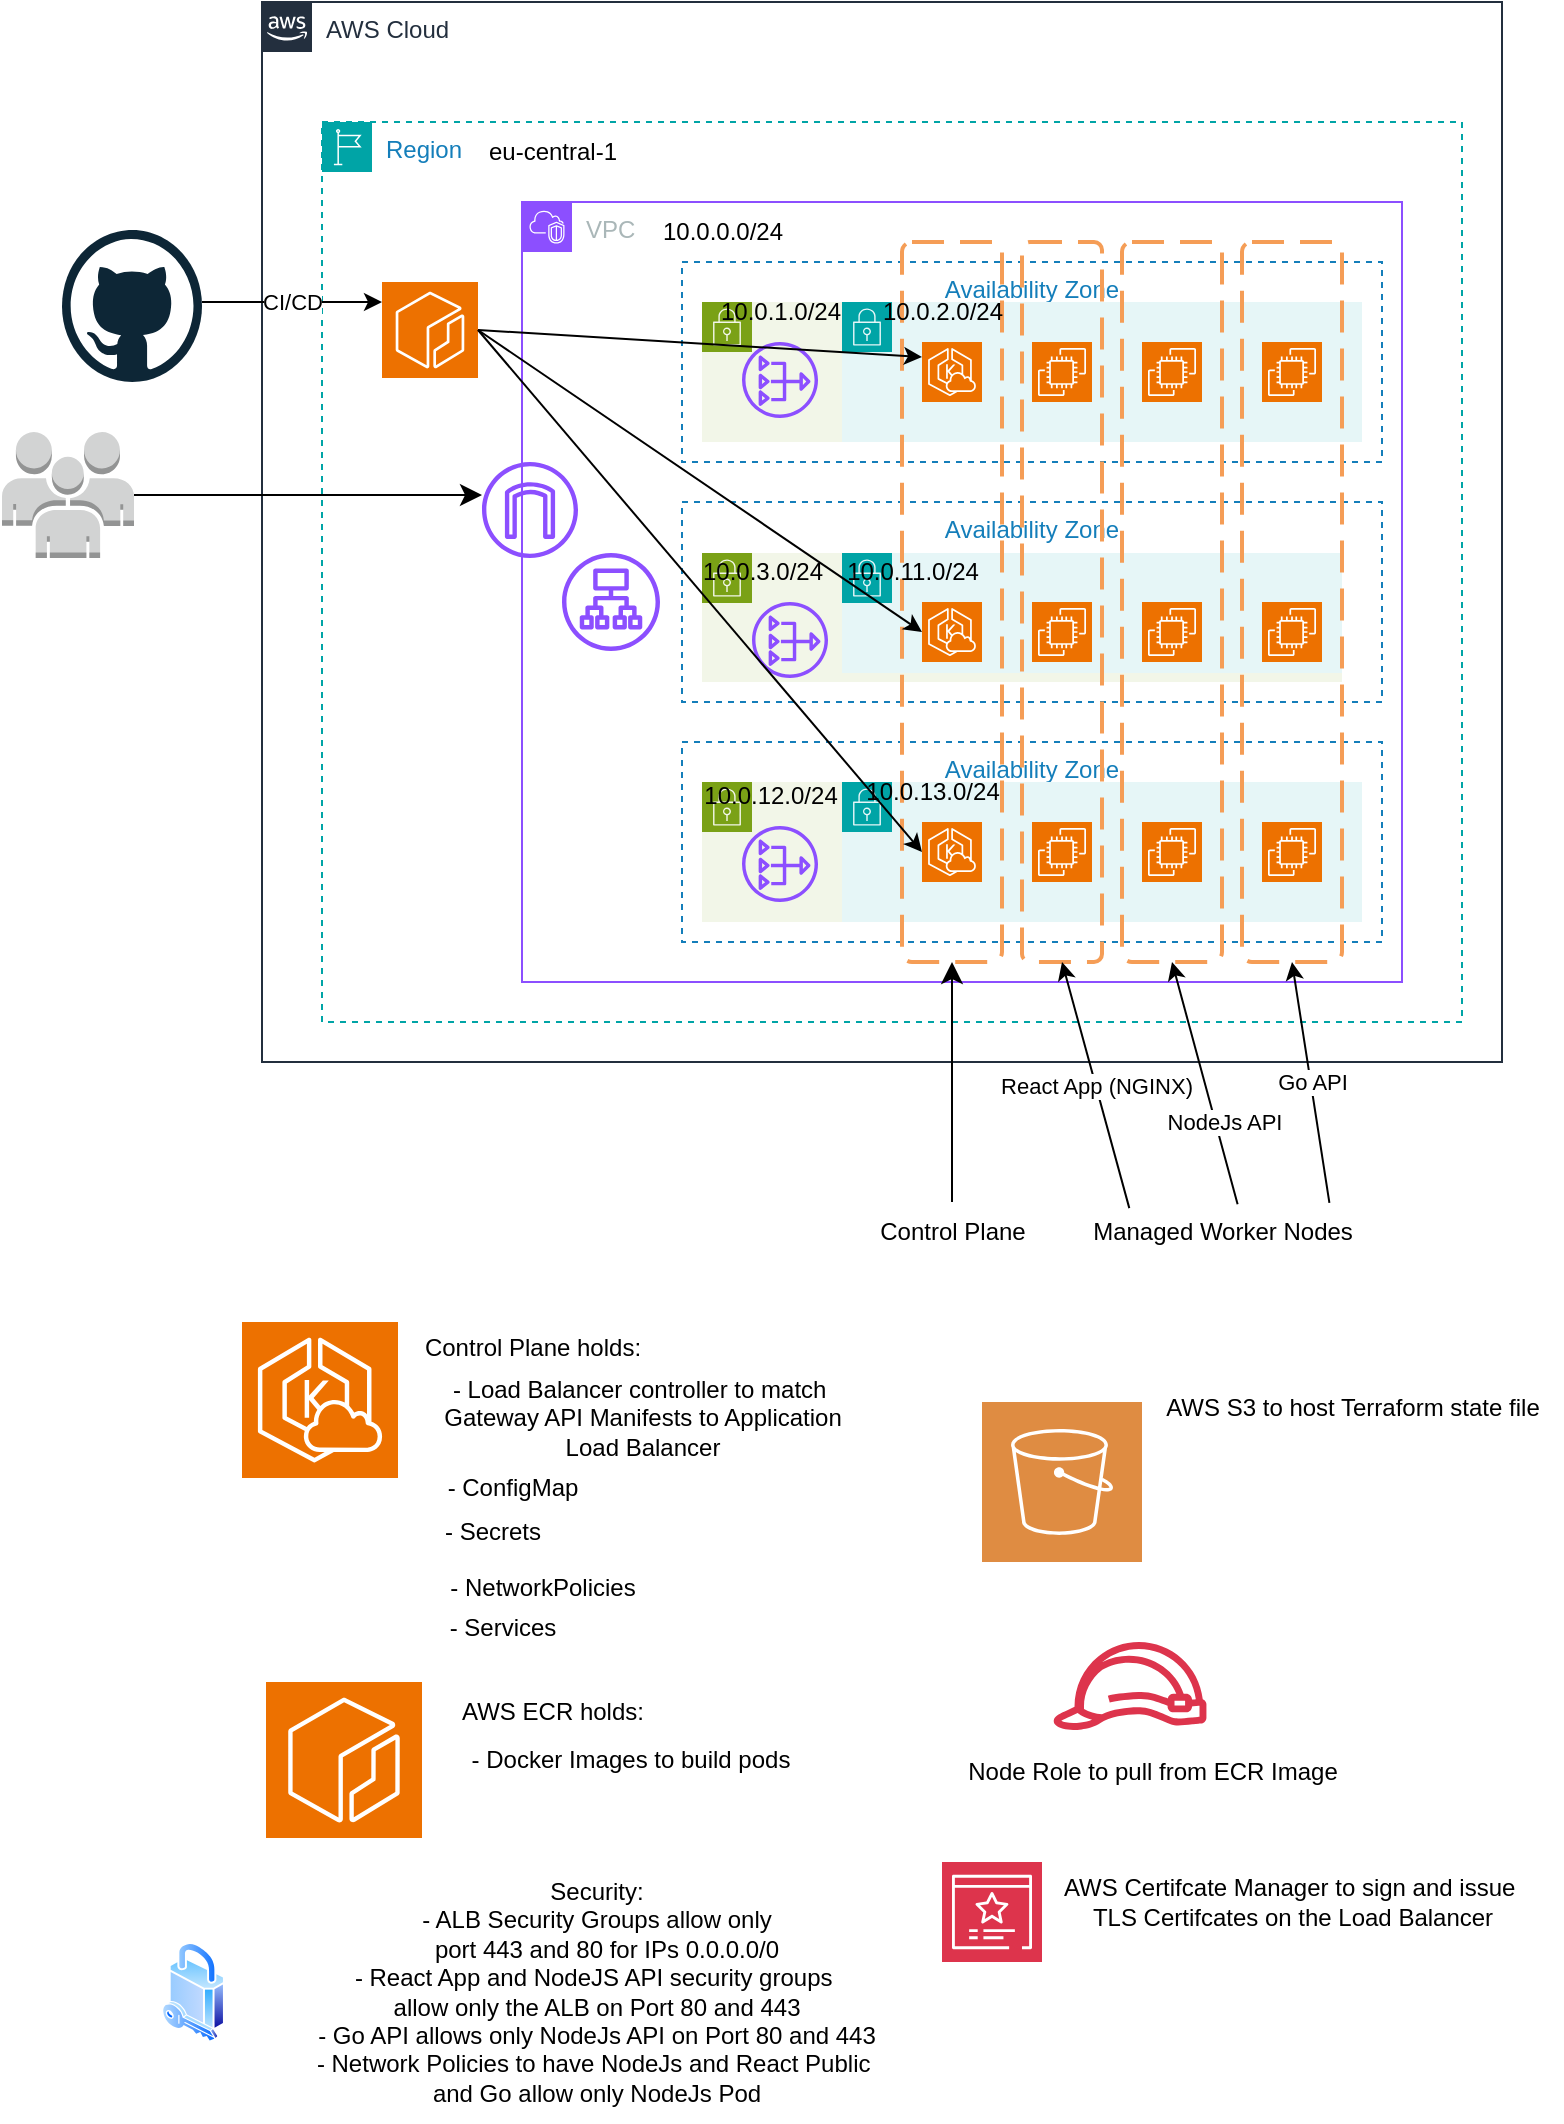
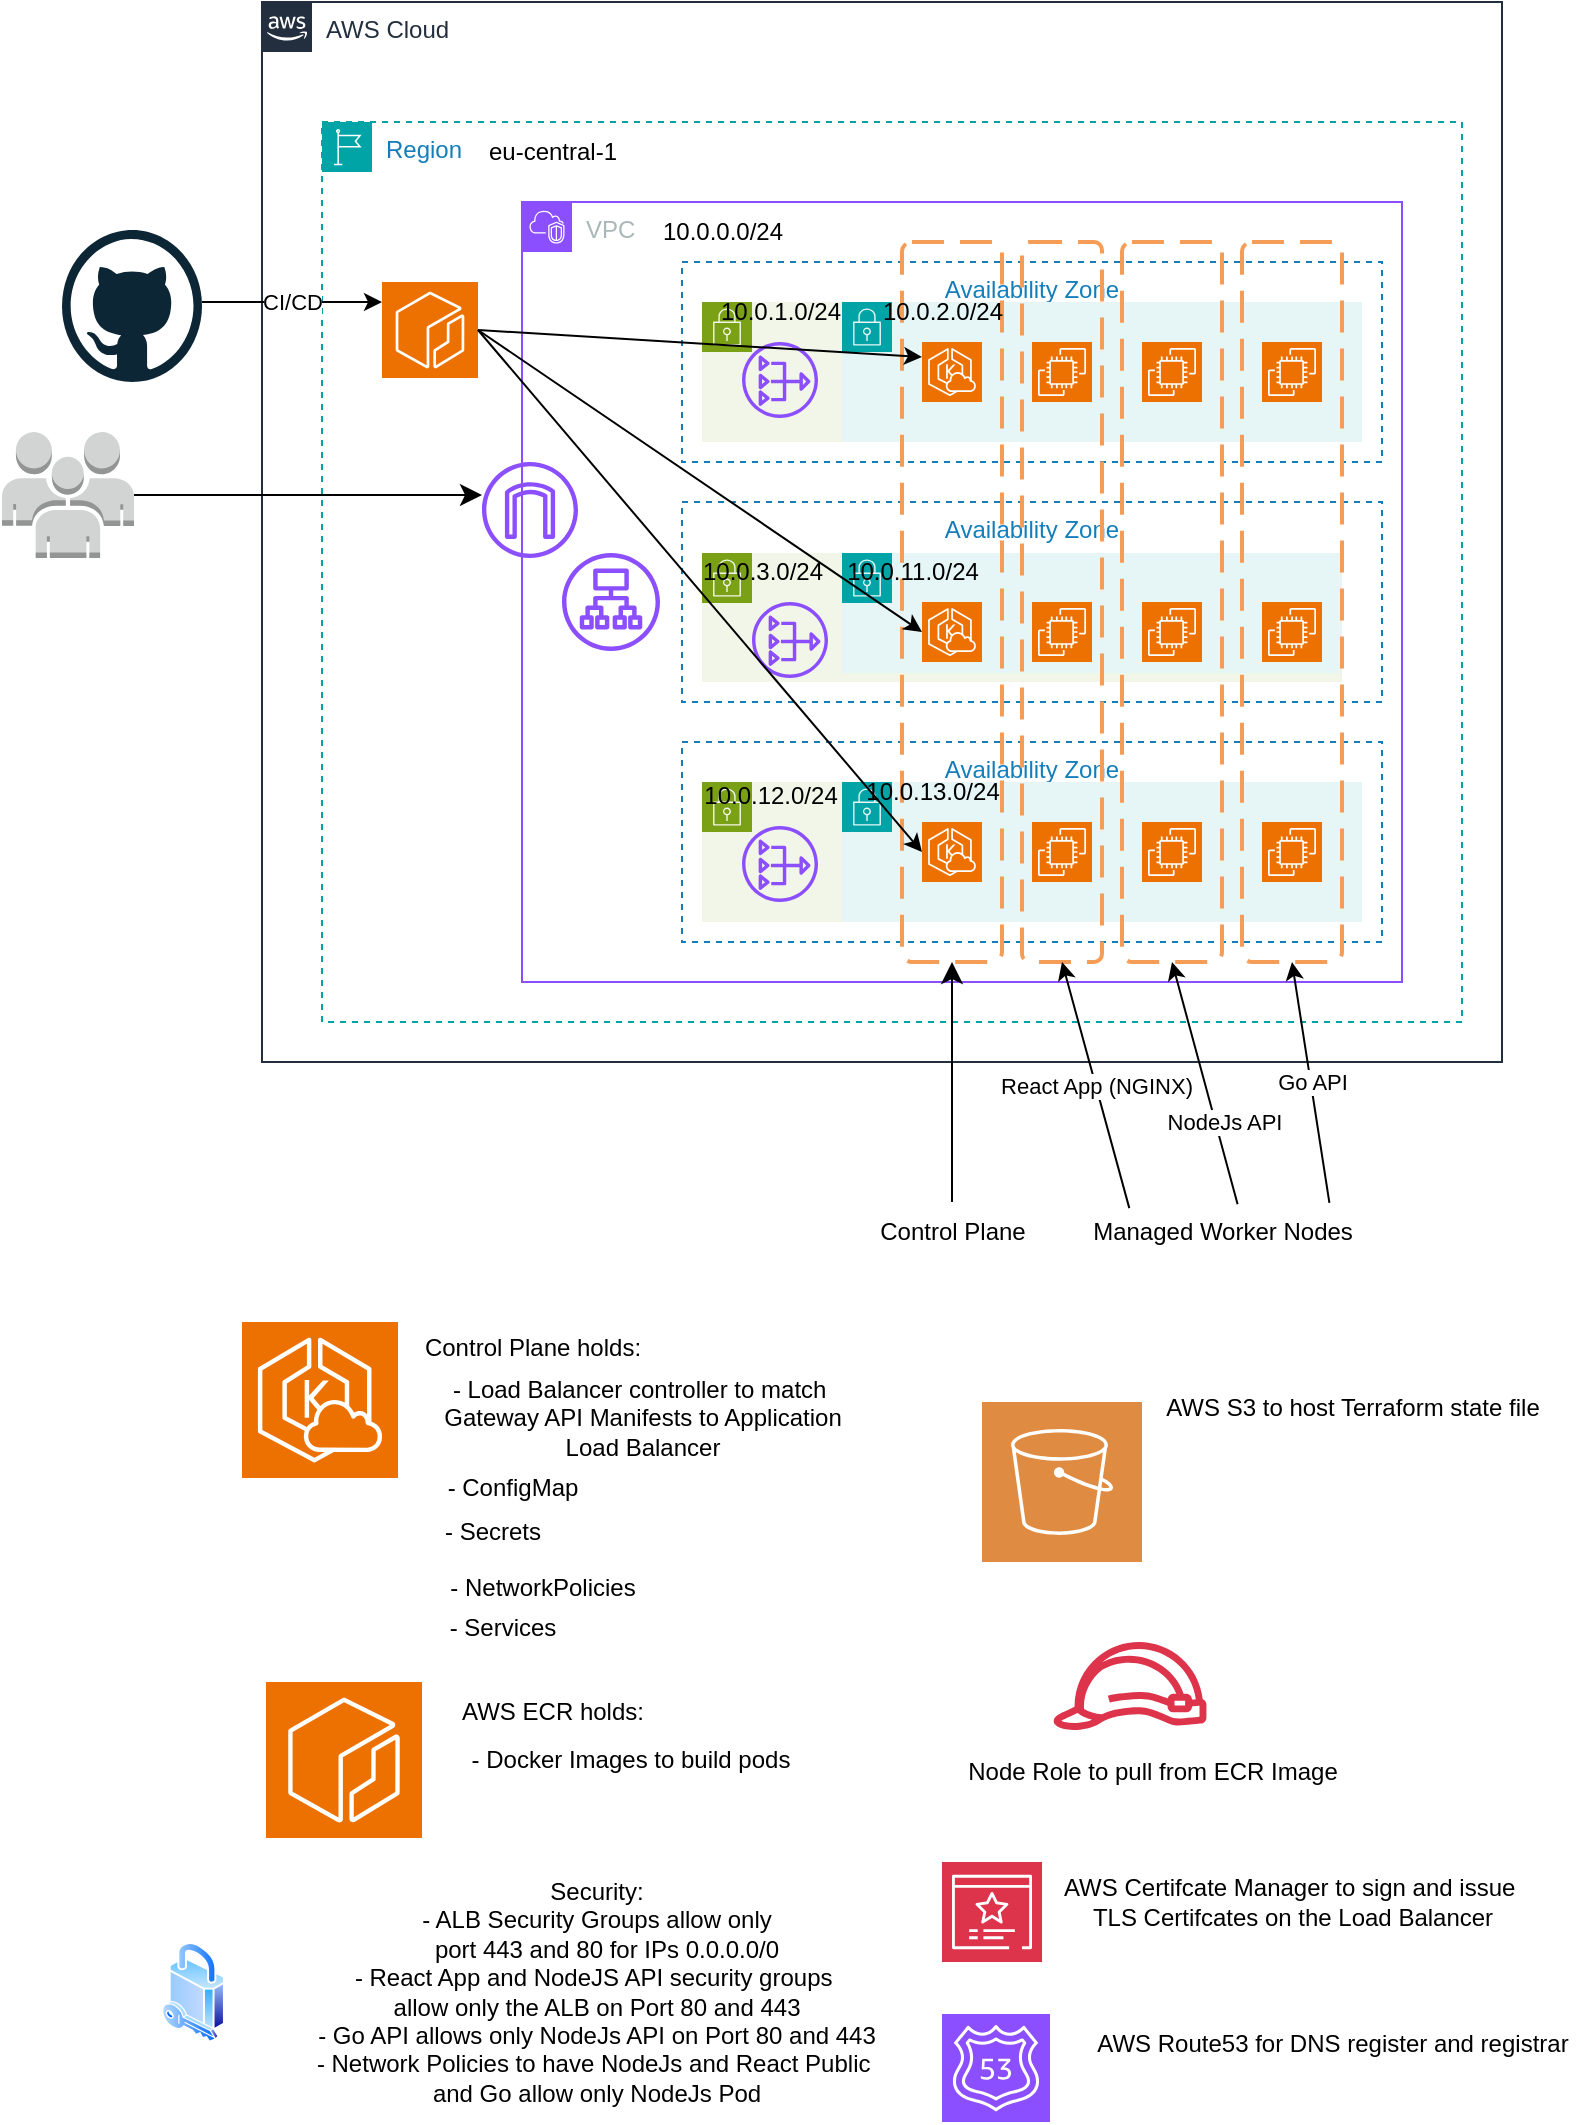
<mxfile host="65bd71144e">
    <diagram id="2iYKxvSsUlSAgldwPIEb" name="Page-1">
-         <mxGraphModel dx="886" dy="701" grid="1" gridSize="10" guides="1" tooltips="1" connect="1" arrows="1" fold="1" page="1" pageScale="1" pageWidth="827" pageHeight="1169" math="0" shadow="0">
+         <mxGraphModel dx="753" dy="596" grid="1" gridSize="10" guides="1" tooltips="1" connect="1" arrows="1" fold="1" page="1" pageScale="1" pageWidth="827" pageHeight="1169" math="0" shadow="0">
            <root>
                <mxCell id="0"/>
                <mxCell id="1" parent="0"/>
-                 <mxCell id="3" value="AWS Cloud" style="points=[[0,0],[0.25,0],[0.5,0],[0.75,0],[1,0],[1,0.25],[1,0.5],[1,0.75],[1,1],[0.75,1],[0.5,1],[0.25,1],[0,1],[0,0.75],[0,0.5],[0,0.25]];outlineConnect=0;gradientColor=none;html=1;whiteSpace=wrap;fontSize=12;fontStyle=0;container=1;pointerEvents=0;collapsible=0;recursiveResize=0;shape=mxgraph.aws4.group;grIcon=mxgraph.aws4.group_aws_cloud_alt;strokeColor=#232F3E;fillColor=none;verticalAlign=top;align=left;spacingLeft=30;fontColor=#232F3E;dashed=0;" vertex="1" parent="1">
+                 <mxCell id="3" value="AWS Cloud" style="points=[[0,0],[0.25,0],[0.5,0],[0.75,0],[1,0],[1,0.25],[1,0.5],[1,0.75],[1,1],[0.75,1],[0.5,1],[0.25,1],[0,1],[0,0.75],[0,0.5],[0,0.25]];outlineConnect=0;gradientColor=none;html=1;whiteSpace=wrap;fontSize=12;fontStyle=0;container=1;pointerEvents=0;collapsible=0;recursiveResize=0;shape=mxgraph.aws4.group;grIcon=mxgraph.aws4.group_aws_cloud_alt;strokeColor=#232F3E;fillColor=none;verticalAlign=top;align=left;spacingLeft=30;fontColor=#232F3E;dashed=0;" parent="1" vertex="1">
                    <mxGeometry x="140" y="20" width="620" height="530" as="geometry"/>
                </mxCell>
-                 <mxCell id="6" value="Region" style="points=[[0,0],[0.25,0],[0.5,0],[0.75,0],[1,0],[1,0.25],[1,0.5],[1,0.75],[1,1],[0.75,1],[0.5,1],[0.25,1],[0,1],[0,0.75],[0,0.5],[0,0.25]];outlineConnect=0;gradientColor=none;html=1;whiteSpace=wrap;fontSize=12;fontStyle=0;container=1;pointerEvents=0;collapsible=0;recursiveResize=0;shape=mxgraph.aws4.group;grIcon=mxgraph.aws4.group_region;strokeColor=#00A4A6;fillColor=none;verticalAlign=top;align=left;spacingLeft=30;fontColor=#147EBA;dashed=1;" vertex="1" parent="3">
+                 <mxCell id="6" value="Region" style="points=[[0,0],[0.25,0],[0.5,0],[0.75,0],[1,0],[1,0.25],[1,0.5],[1,0.75],[1,1],[0.75,1],[0.5,1],[0.25,1],[0,1],[0,0.75],[0,0.5],[0,0.25]];outlineConnect=0;gradientColor=none;html=1;whiteSpace=wrap;fontSize=12;fontStyle=0;container=1;pointerEvents=0;collapsible=0;recursiveResize=0;shape=mxgraph.aws4.group;grIcon=mxgraph.aws4.group_region;strokeColor=#00A4A6;fillColor=none;verticalAlign=top;align=left;spacingLeft=30;fontColor=#147EBA;dashed=1;" parent="3" vertex="1">
                    <mxGeometry x="30" y="60" width="570" height="450" as="geometry"/>
                </mxCell>
-                 <mxCell id="7" value="eu-central-1" style="text;html=1;align=center;verticalAlign=middle;resizable=0;points=[];autosize=1;strokeColor=none;fillColor=none;" vertex="1" parent="6">
+                 <mxCell id="7" value="eu-central-1" style="text;html=1;align=center;verticalAlign=middle;resizable=0;points=[];autosize=1;strokeColor=none;fillColor=none;" parent="6" vertex="1">
                    <mxGeometry x="70" width="90" height="30" as="geometry"/>
                </mxCell>
-                 <mxCell id="8" value="VPC" style="points=[[0,0],[0.25,0],[0.5,0],[0.75,0],[1,0],[1,0.25],[1,0.5],[1,0.75],[1,1],[0.75,1],[0.5,1],[0.25,1],[0,1],[0,0.75],[0,0.5],[0,0.25]];outlineConnect=0;gradientColor=none;html=1;whiteSpace=wrap;fontSize=12;fontStyle=0;container=1;pointerEvents=0;collapsible=0;recursiveResize=0;shape=mxgraph.aws4.group;grIcon=mxgraph.aws4.group_vpc2;strokeColor=#8C4FFF;fillColor=none;verticalAlign=top;align=left;spacingLeft=30;fontColor=#AAB7B8;dashed=0;" vertex="1" parent="6">
+                 <mxCell id="8" value="VPC" style="points=[[0,0],[0.25,0],[0.5,0],[0.75,0],[1,0],[1,0.25],[1,0.5],[1,0.75],[1,1],[0.75,1],[0.5,1],[0.25,1],[0,1],[0,0.75],[0,0.5],[0,0.25]];outlineConnect=0;gradientColor=none;html=1;whiteSpace=wrap;fontSize=12;fontStyle=0;container=1;pointerEvents=0;collapsible=0;recursiveResize=0;shape=mxgraph.aws4.group;grIcon=mxgraph.aws4.group_vpc2;strokeColor=#8C4FFF;fillColor=none;verticalAlign=top;align=left;spacingLeft=30;fontColor=#AAB7B8;dashed=0;" parent="6" vertex="1">
                    <mxGeometry x="100" y="40" width="440" height="390" as="geometry"/>
                </mxCell>
-                 <mxCell id="9" value="10.0.0.0/24" style="text;html=1;align=center;verticalAlign=middle;resizable=0;points=[];autosize=1;strokeColor=none;fillColor=none;" vertex="1" parent="8">
+                 <mxCell id="9" value="10.0.0.0/24" style="text;html=1;align=center;verticalAlign=middle;resizable=0;points=[];autosize=1;strokeColor=none;fillColor=none;" parent="8" vertex="1">
                    <mxGeometry x="60" width="80" height="30" as="geometry"/>
                </mxCell>
-                 <mxCell id="11" value="Availability Zone" style="fillColor=none;strokeColor=#147EBA;dashed=1;verticalAlign=top;fontStyle=0;fontColor=#147EBA;whiteSpace=wrap;html=1;" vertex="1" parent="8">
+                 <mxCell id="11" value="Availability Zone" style="fillColor=none;strokeColor=#147EBA;dashed=1;verticalAlign=top;fontStyle=0;fontColor=#147EBA;whiteSpace=wrap;html=1;" parent="8" vertex="1">
                    <mxGeometry x="80" y="150" width="350" height="100" as="geometry"/>
                </mxCell>
-                 <mxCell id="12" value="Availability Zone" style="fillColor=none;strokeColor=#147EBA;dashed=1;verticalAlign=top;fontStyle=0;fontColor=#147EBA;whiteSpace=wrap;html=1;" vertex="1" parent="8">
+                 <mxCell id="12" value="Availability Zone" style="fillColor=none;strokeColor=#147EBA;dashed=1;verticalAlign=top;fontStyle=0;fontColor=#147EBA;whiteSpace=wrap;html=1;" parent="8" vertex="1">
                    <mxGeometry x="80" y="270" width="350" height="100" as="geometry"/>
                </mxCell>
-                 <mxCell id="18" value="" style="sketch=0;outlineConnect=0;fontColor=#232F3E;gradientColor=none;fillColor=#8C4FFF;strokeColor=none;dashed=0;verticalLabelPosition=bottom;verticalAlign=top;align=center;html=1;fontSize=12;fontStyle=0;aspect=fixed;pointerEvents=1;shape=mxgraph.aws4.application_load_balancer;" vertex="1" parent="8">
+                 <mxCell id="18" value="" style="sketch=0;outlineConnect=0;fontColor=#232F3E;gradientColor=none;fillColor=#8C4FFF;strokeColor=none;dashed=0;verticalLabelPosition=bottom;verticalAlign=top;align=center;html=1;fontSize=12;fontStyle=0;aspect=fixed;pointerEvents=1;shape=mxgraph.aws4.application_load_balancer;" parent="8" vertex="1">
                    <mxGeometry x="20" y="175.5" width="49" height="49" as="geometry"/>
                </mxCell>
-                 <mxCell id="19" value="" style="sketch=0;outlineConnect=0;fontColor=#232F3E;gradientColor=none;fillColor=#8C4FFF;strokeColor=none;dashed=0;verticalLabelPosition=bottom;verticalAlign=top;align=center;html=1;fontSize=12;fontStyle=0;aspect=fixed;pointerEvents=1;shape=mxgraph.aws4.internet_gateway;" vertex="1" parent="8">
+                 <mxCell id="19" value="" style="sketch=0;outlineConnect=0;fontColor=#232F3E;gradientColor=none;fillColor=#8C4FFF;strokeColor=none;dashed=0;verticalLabelPosition=bottom;verticalAlign=top;align=center;html=1;fontSize=12;fontStyle=0;aspect=fixed;pointerEvents=1;shape=mxgraph.aws4.internet_gateway;" parent="8" vertex="1">
                    <mxGeometry x="-20" y="130" width="48" height="48" as="geometry"/>
                </mxCell>
-                 <mxCell id="22" value="Availability Zone" style="fillColor=none;strokeColor=#147EBA;dashed=1;verticalAlign=top;fontStyle=0;fontColor=#147EBA;whiteSpace=wrap;html=1;" vertex="1" parent="8">
+                 <mxCell id="22" value="Availability Zone" style="fillColor=none;strokeColor=#147EBA;dashed=1;verticalAlign=top;fontStyle=0;fontColor=#147EBA;whiteSpace=wrap;html=1;" parent="8" vertex="1">
                    <mxGeometry x="80" y="30" width="350" height="100" as="geometry"/>
                </mxCell>
-                 <mxCell id="23" value="" style="points=[[0,0],[0.25,0],[0.5,0],[0.75,0],[1,0],[1,0.25],[1,0.5],[1,0.75],[1,1],[0.75,1],[0.5,1],[0.25,1],[0,1],[0,0.75],[0,0.5],[0,0.25]];outlineConnect=0;gradientColor=none;html=1;whiteSpace=wrap;fontSize=12;fontStyle=0;container=1;pointerEvents=0;collapsible=0;recursiveResize=0;shape=mxgraph.aws4.group;grIcon=mxgraph.aws4.group_security_group;grStroke=0;strokeColor=#7AA116;fillColor=#F2F6E8;verticalAlign=top;align=left;spacingLeft=30;fontColor=#248814;dashed=0;" vertex="1" parent="8">
+                 <mxCell id="23" value="" style="points=[[0,0],[0.25,0],[0.5,0],[0.75,0],[1,0],[1,0.25],[1,0.5],[1,0.75],[1,1],[0.75,1],[0.5,1],[0.25,1],[0,1],[0,0.75],[0,0.5],[0,0.25]];outlineConnect=0;gradientColor=none;html=1;whiteSpace=wrap;fontSize=12;fontStyle=0;container=1;pointerEvents=0;collapsible=0;recursiveResize=0;shape=mxgraph.aws4.group;grIcon=mxgraph.aws4.group_security_group;grStroke=0;strokeColor=#7AA116;fillColor=#F2F6E8;verticalAlign=top;align=left;spacingLeft=30;fontColor=#248814;dashed=0;" parent="8" vertex="1">
                    <mxGeometry x="90" y="50" width="200" height="70" as="geometry"/>
                </mxCell>
-                 <mxCell id="31" value="" style="sketch=0;outlineConnect=0;fontColor=#232F3E;gradientColor=none;fillColor=#8C4FFF;strokeColor=none;dashed=0;verticalLabelPosition=bottom;verticalAlign=top;align=center;html=1;fontSize=12;fontStyle=0;aspect=fixed;pointerEvents=1;shape=mxgraph.aws4.nat_gateway;" vertex="1" parent="23">
+                 <mxCell id="31" value="" style="sketch=0;outlineConnect=0;fontColor=#232F3E;gradientColor=none;fillColor=#8C4FFF;strokeColor=none;dashed=0;verticalLabelPosition=bottom;verticalAlign=top;align=center;html=1;fontSize=12;fontStyle=0;aspect=fixed;pointerEvents=1;shape=mxgraph.aws4.nat_gateway;" parent="23" vertex="1">
                    <mxGeometry x="20" y="20" width="38" height="38" as="geometry"/>
                </mxCell>
-                 <mxCell id="25" value="" style="points=[[0,0],[0.25,0],[0.5,0],[0.75,0],[1,0],[1,0.25],[1,0.5],[1,0.75],[1,1],[0.75,1],[0.5,1],[0.25,1],[0,1],[0,0.75],[0,0.5],[0,0.25]];outlineConnect=0;gradientColor=none;html=1;whiteSpace=wrap;fontSize=12;fontStyle=0;container=1;pointerEvents=0;collapsible=0;recursiveResize=0;shape=mxgraph.aws4.group;grIcon=mxgraph.aws4.group_security_group;grStroke=0;strokeColor=#7AA116;fillColor=#F2F6E8;verticalAlign=top;align=left;spacingLeft=30;fontColor=#248814;dashed=0;" vertex="1" parent="8">
+                 <mxCell id="25" value="" style="points=[[0,0],[0.25,0],[0.5,0],[0.75,0],[1,0],[1,0.25],[1,0.5],[1,0.75],[1,1],[0.75,1],[0.5,1],[0.25,1],[0,1],[0,0.75],[0,0.5],[0,0.25]];outlineConnect=0;gradientColor=none;html=1;whiteSpace=wrap;fontSize=12;fontStyle=0;container=1;pointerEvents=0;collapsible=0;recursiveResize=0;shape=mxgraph.aws4.group;grIcon=mxgraph.aws4.group_security_group;grStroke=0;strokeColor=#7AA116;fillColor=#F2F6E8;verticalAlign=top;align=left;spacingLeft=30;fontColor=#248814;dashed=0;" parent="8" vertex="1">
                    <mxGeometry x="90" y="175.5" width="320" height="64.5" as="geometry"/>
                </mxCell>
-                 <mxCell id="30" value="" style="sketch=0;outlineConnect=0;fontColor=#232F3E;gradientColor=none;fillColor=#8C4FFF;strokeColor=none;dashed=0;verticalLabelPosition=bottom;verticalAlign=top;align=center;html=1;fontSize=12;fontStyle=0;aspect=fixed;pointerEvents=1;shape=mxgraph.aws4.nat_gateway;" vertex="1" parent="25">
+                 <mxCell id="30" value="" style="sketch=0;outlineConnect=0;fontColor=#232F3E;gradientColor=none;fillColor=#8C4FFF;strokeColor=none;dashed=0;verticalLabelPosition=bottom;verticalAlign=top;align=center;html=1;fontSize=12;fontStyle=0;aspect=fixed;pointerEvents=1;shape=mxgraph.aws4.nat_gateway;" parent="25" vertex="1">
                    <mxGeometry x="25" y="24.5" width="38" height="38" as="geometry"/>
                </mxCell>
-                 <mxCell id="34" value="" style="points=[[0,0],[0.25,0],[0.5,0],[0.75,0],[1,0],[1,0.25],[1,0.5],[1,0.75],[1,1],[0.75,1],[0.5,1],[0.25,1],[0,1],[0,0.75],[0,0.5],[0,0.25]];outlineConnect=0;gradientColor=none;html=1;whiteSpace=wrap;fontSize=12;fontStyle=0;container=1;pointerEvents=0;collapsible=0;recursiveResize=0;shape=mxgraph.aws4.group;grIcon=mxgraph.aws4.group_security_group;grStroke=0;strokeColor=#00A4A6;fillColor=#E6F6F7;verticalAlign=top;align=left;spacingLeft=30;fontColor=#147EBA;dashed=0;" vertex="1" parent="25">
+                 <mxCell id="34" value="" style="points=[[0,0],[0.25,0],[0.5,0],[0.75,0],[1,0],[1,0.25],[1,0.5],[1,0.75],[1,1],[0.75,1],[0.5,1],[0.25,1],[0,1],[0,0.75],[0,0.5],[0,0.25]];outlineConnect=0;gradientColor=none;html=1;whiteSpace=wrap;fontSize=12;fontStyle=0;container=1;pointerEvents=0;collapsible=0;recursiveResize=0;shape=mxgraph.aws4.group;grIcon=mxgraph.aws4.group_security_group;grStroke=0;strokeColor=#00A4A6;fillColor=#E6F6F7;verticalAlign=top;align=left;spacingLeft=30;fontColor=#147EBA;dashed=0;" parent="25" vertex="1">
                    <mxGeometry x="70" width="250" height="60" as="geometry"/>
                </mxCell>
-                 <mxCell id="26" value="" style="points=[[0,0],[0.25,0],[0.5,0],[0.75,0],[1,0],[1,0.25],[1,0.5],[1,0.75],[1,1],[0.75,1],[0.5,1],[0.25,1],[0,1],[0,0.75],[0,0.5],[0,0.25]];outlineConnect=0;gradientColor=none;html=1;whiteSpace=wrap;fontSize=12;fontStyle=0;container=1;pointerEvents=0;collapsible=0;recursiveResize=0;shape=mxgraph.aws4.group;grIcon=mxgraph.aws4.group_security_group;grStroke=0;strokeColor=#7AA116;fillColor=#F2F6E8;verticalAlign=top;align=left;spacingLeft=30;fontColor=#248814;dashed=0;" vertex="1" parent="8">
+                 <mxCell id="26" value="" style="points=[[0,0],[0.25,0],[0.5,0],[0.75,0],[1,0],[1,0.25],[1,0.5],[1,0.75],[1,1],[0.75,1],[0.5,1],[0.25,1],[0,1],[0,0.75],[0,0.5],[0,0.25]];outlineConnect=0;gradientColor=none;html=1;whiteSpace=wrap;fontSize=12;fontStyle=0;container=1;pointerEvents=0;collapsible=0;recursiveResize=0;shape=mxgraph.aws4.group;grIcon=mxgraph.aws4.group_security_group;grStroke=0;strokeColor=#7AA116;fillColor=#F2F6E8;verticalAlign=top;align=left;spacingLeft=30;fontColor=#248814;dashed=0;" parent="8" vertex="1">
                    <mxGeometry x="90" y="290" width="330" height="70" as="geometry"/>
                </mxCell>
-                 <mxCell id="35" value="" style="points=[[0,0],[0.25,0],[0.5,0],[0.75,0],[1,0],[1,0.25],[1,0.5],[1,0.75],[1,1],[0.75,1],[0.5,1],[0.25,1],[0,1],[0,0.75],[0,0.5],[0,0.25]];outlineConnect=0;gradientColor=none;html=1;whiteSpace=wrap;fontSize=12;fontStyle=0;container=1;pointerEvents=0;collapsible=0;recursiveResize=0;shape=mxgraph.aws4.group;grIcon=mxgraph.aws4.group_security_group;grStroke=0;strokeColor=#00A4A6;fillColor=#E6F6F7;verticalAlign=top;align=left;spacingLeft=30;fontColor=#147EBA;dashed=0;" vertex="1" parent="26">
+                 <mxCell id="35" value="" style="points=[[0,0],[0.25,0],[0.5,0],[0.75,0],[1,0],[1,0.25],[1,0.5],[1,0.75],[1,1],[0.75,1],[0.5,1],[0.25,1],[0,1],[0,0.75],[0,0.5],[0,0.25]];outlineConnect=0;gradientColor=none;html=1;whiteSpace=wrap;fontSize=12;fontStyle=0;container=1;pointerEvents=0;collapsible=0;recursiveResize=0;shape=mxgraph.aws4.group;grIcon=mxgraph.aws4.group_security_group;grStroke=0;strokeColor=#00A4A6;fillColor=#E6F6F7;verticalAlign=top;align=left;spacingLeft=30;fontColor=#147EBA;dashed=0;" parent="26" vertex="1">
                    <mxGeometry x="70" width="260" height="70" as="geometry"/>
                </mxCell>
-                 <mxCell id="29" value="" style="sketch=0;outlineConnect=0;fontColor=#232F3E;gradientColor=none;fillColor=#8C4FFF;strokeColor=none;dashed=0;verticalLabelPosition=bottom;verticalAlign=top;align=center;html=1;fontSize=12;fontStyle=0;aspect=fixed;pointerEvents=1;shape=mxgraph.aws4.nat_gateway;" vertex="1" parent="8">
+                 <mxCell id="29" value="" style="sketch=0;outlineConnect=0;fontColor=#232F3E;gradientColor=none;fillColor=#8C4FFF;strokeColor=none;dashed=0;verticalLabelPosition=bottom;verticalAlign=top;align=center;html=1;fontSize=12;fontStyle=0;aspect=fixed;pointerEvents=1;shape=mxgraph.aws4.nat_gateway;" parent="8" vertex="1">
                    <mxGeometry x="110" y="312" width="38" height="38" as="geometry"/>
                </mxCell>
-                 <mxCell id="32" value="" style="points=[[0,0],[0.25,0],[0.5,0],[0.75,0],[1,0],[1,0.25],[1,0.5],[1,0.75],[1,1],[0.75,1],[0.5,1],[0.25,1],[0,1],[0,0.75],[0,0.5],[0,0.25]];outlineConnect=0;gradientColor=none;html=1;whiteSpace=wrap;fontSize=12;fontStyle=0;container=1;pointerEvents=0;collapsible=0;recursiveResize=0;shape=mxgraph.aws4.group;grIcon=mxgraph.aws4.group_security_group;grStroke=0;strokeColor=#00A4A6;fillColor=#E6F6F7;verticalAlign=top;align=left;spacingLeft=30;fontColor=#147EBA;dashed=0;" vertex="1" parent="8">
+                 <mxCell id="32" value="" style="points=[[0,0],[0.25,0],[0.5,0],[0.75,0],[1,0],[1,0.25],[1,0.5],[1,0.75],[1,1],[0.75,1],[0.5,1],[0.25,1],[0,1],[0,0.75],[0,0.5],[0,0.25]];outlineConnect=0;gradientColor=none;html=1;whiteSpace=wrap;fontSize=12;fontStyle=0;container=1;pointerEvents=0;collapsible=0;recursiveResize=0;shape=mxgraph.aws4.group;grIcon=mxgraph.aws4.group_security_group;grStroke=0;strokeColor=#00A4A6;fillColor=#E6F6F7;verticalAlign=top;align=left;spacingLeft=30;fontColor=#147EBA;dashed=0;" parent="8" vertex="1">
                    <mxGeometry x="160" y="50" width="260" height="70" as="geometry"/>
                </mxCell>
-                 <mxCell id="38" value="" style="rounded=1;arcSize=10;dashed=1;strokeColor=#F59D56;fillColor=none;gradientColor=none;dashPattern=8 4;strokeWidth=2;" vertex="1" parent="8">
+                 <mxCell id="38" value="" style="rounded=1;arcSize=10;dashed=1;strokeColor=#F59D56;fillColor=none;gradientColor=none;dashPattern=8 4;strokeWidth=2;" parent="8" vertex="1">
                    <mxGeometry x="250" y="20" width="40" height="360" as="geometry"/>
                </mxCell>
-                 <mxCell id="39" value="" style="rounded=1;arcSize=10;dashed=1;strokeColor=#F59D56;fillColor=none;gradientColor=none;dashPattern=8 4;strokeWidth=2;" vertex="1" parent="8">
+                 <mxCell id="39" value="" style="rounded=1;arcSize=10;dashed=1;strokeColor=#F59D56;fillColor=none;gradientColor=none;dashPattern=8 4;strokeWidth=2;" parent="8" vertex="1">
                    <mxGeometry x="300" y="20" width="50" height="360" as="geometry"/>
                </mxCell>
-                 <mxCell id="40" value="" style="rounded=1;arcSize=10;dashed=1;strokeColor=#F59D56;fillColor=none;gradientColor=none;dashPattern=8 4;strokeWidth=2;" vertex="1" parent="8">
+                 <mxCell id="40" value="" style="rounded=1;arcSize=10;dashed=1;strokeColor=#F59D56;fillColor=none;gradientColor=none;dashPattern=8 4;strokeWidth=2;" parent="8" vertex="1">
                    <mxGeometry x="360" y="20" width="50" height="360" as="geometry"/>
                </mxCell>
-                 <mxCell id="44" value="" style="sketch=0;points=[[0,0,0],[0.25,0,0],[0.5,0,0],[0.75,0,0],[1,0,0],[0,1,0],[0.25,1,0],[0.5,1,0],[0.75,1,0],[1,1,0],[0,0.25,0],[0,0.5,0],[0,0.75,0],[1,0.25,0],[1,0.5,0],[1,0.75,0]];outlineConnect=0;fontColor=#232F3E;fillColor=#ED7100;strokeColor=#ffffff;dashed=0;verticalLabelPosition=bottom;verticalAlign=top;align=center;html=1;fontSize=12;fontStyle=0;aspect=fixed;shape=mxgraph.aws4.resourceIcon;resIcon=mxgraph.aws4.ec2;" vertex="1" parent="8">
+                 <mxCell id="44" value="" style="sketch=0;points=[[0,0,0],[0.25,0,0],[0.5,0,0],[0.75,0,0],[1,0,0],[0,1,0],[0.25,1,0],[0.5,1,0],[0.75,1,0],[1,1,0],[0,0.25,0],[0,0.5,0],[0,0.75,0],[1,0.25,0],[1,0.5,0],[1,0.75,0]];outlineConnect=0;fontColor=#232F3E;fillColor=#ED7100;strokeColor=#ffffff;dashed=0;verticalLabelPosition=bottom;verticalAlign=top;align=center;html=1;fontSize=12;fontStyle=0;aspect=fixed;shape=mxgraph.aws4.resourceIcon;resIcon=mxgraph.aws4.ec2;" parent="8" vertex="1">
                    <mxGeometry x="255" y="70" width="30" height="30" as="geometry"/>
                </mxCell>
-                 <mxCell id="45" value="" style="sketch=0;points=[[0,0,0],[0.25,0,0],[0.5,0,0],[0.75,0,0],[1,0,0],[0,1,0],[0.25,1,0],[0.5,1,0],[0.75,1,0],[1,1,0],[0,0.25,0],[0,0.5,0],[0,0.75,0],[1,0.25,0],[1,0.5,0],[1,0.75,0]];outlineConnect=0;fontColor=#232F3E;fillColor=#ED7100;strokeColor=#ffffff;dashed=0;verticalLabelPosition=bottom;verticalAlign=top;align=center;html=1;fontSize=12;fontStyle=0;aspect=fixed;shape=mxgraph.aws4.resourceIcon;resIcon=mxgraph.aws4.ec2;" vertex="1" parent="8">
+                 <mxCell id="45" value="" style="sketch=0;points=[[0,0,0],[0.25,0,0],[0.5,0,0],[0.75,0,0],[1,0,0],[0,1,0],[0.25,1,0],[0.5,1,0],[0.75,1,0],[1,1,0],[0,0.25,0],[0,0.5,0],[0,0.75,0],[1,0.25,0],[1,0.5,0],[1,0.75,0]];outlineConnect=0;fontColor=#232F3E;fillColor=#ED7100;strokeColor=#ffffff;dashed=0;verticalLabelPosition=bottom;verticalAlign=top;align=center;html=1;fontSize=12;fontStyle=0;aspect=fixed;shape=mxgraph.aws4.resourceIcon;resIcon=mxgraph.aws4.ec2;" parent="8" vertex="1">
                    <mxGeometry x="310" y="70" width="30" height="30" as="geometry"/>
                </mxCell>
-                 <mxCell id="52" value="" style="sketch=0;points=[[0,0,0],[0.25,0,0],[0.5,0,0],[0.75,0,0],[1,0,0],[0,1,0],[0.25,1,0],[0.5,1,0],[0.75,1,0],[1,1,0],[0,0.25,0],[0,0.5,0],[0,0.75,0],[1,0.25,0],[1,0.5,0],[1,0.75,0]];outlineConnect=0;fontColor=#232F3E;fillColor=#ED7100;strokeColor=#ffffff;dashed=0;verticalLabelPosition=bottom;verticalAlign=top;align=center;html=1;fontSize=12;fontStyle=0;aspect=fixed;shape=mxgraph.aws4.resourceIcon;resIcon=mxgraph.aws4.ec2;" vertex="1" parent="8">
+                 <mxCell id="52" value="" style="sketch=0;points=[[0,0,0],[0.25,0,0],[0.5,0,0],[0.75,0,0],[1,0,0],[0,1,0],[0.25,1,0],[0.5,1,0],[0.75,1,0],[1,1,0],[0,0.25,0],[0,0.5,0],[0,0.75,0],[1,0.25,0],[1,0.5,0],[1,0.75,0]];outlineConnect=0;fontColor=#232F3E;fillColor=#ED7100;strokeColor=#ffffff;dashed=0;verticalLabelPosition=bottom;verticalAlign=top;align=center;html=1;fontSize=12;fontStyle=0;aspect=fixed;shape=mxgraph.aws4.resourceIcon;resIcon=mxgraph.aws4.ec2;" parent="8" vertex="1">
                    <mxGeometry x="255" y="310" width="30" height="30" as="geometry"/>
                </mxCell>
-                 <mxCell id="51" value="" style="sketch=0;points=[[0,0,0],[0.25,0,0],[0.5,0,0],[0.75,0,0],[1,0,0],[0,1,0],[0.25,1,0],[0.5,1,0],[0.75,1,0],[1,1,0],[0,0.25,0],[0,0.5,0],[0,0.75,0],[1,0.25,0],[1,0.5,0],[1,0.75,0]];outlineConnect=0;fontColor=#232F3E;fillColor=#ED7100;strokeColor=#ffffff;dashed=0;verticalLabelPosition=bottom;verticalAlign=top;align=center;html=1;fontSize=12;fontStyle=0;aspect=fixed;shape=mxgraph.aws4.resourceIcon;resIcon=mxgraph.aws4.ec2;" vertex="1" parent="8">
+                 <mxCell id="51" value="" style="sketch=0;points=[[0,0,0],[0.25,0,0],[0.5,0,0],[0.75,0,0],[1,0,0],[0,1,0],[0.25,1,0],[0.5,1,0],[0.75,1,0],[1,1,0],[0,0.25,0],[0,0.5,0],[0,0.75,0],[1,0.25,0],[1,0.5,0],[1,0.75,0]];outlineConnect=0;fontColor=#232F3E;fillColor=#ED7100;strokeColor=#ffffff;dashed=0;verticalLabelPosition=bottom;verticalAlign=top;align=center;html=1;fontSize=12;fontStyle=0;aspect=fixed;shape=mxgraph.aws4.resourceIcon;resIcon=mxgraph.aws4.ec2;" parent="8" vertex="1">
                    <mxGeometry x="310" y="310" width="30" height="30" as="geometry"/>
                </mxCell>
-                 <mxCell id="50" value="" style="sketch=0;points=[[0,0,0],[0.25,0,0],[0.5,0,0],[0.75,0,0],[1,0,0],[0,1,0],[0.25,1,0],[0.5,1,0],[0.75,1,0],[1,1,0],[0,0.25,0],[0,0.5,0],[0,0.75,0],[1,0.25,0],[1,0.5,0],[1,0.75,0]];outlineConnect=0;fontColor=#232F3E;fillColor=#ED7100;strokeColor=#ffffff;dashed=0;verticalLabelPosition=bottom;verticalAlign=top;align=center;html=1;fontSize=12;fontStyle=0;aspect=fixed;shape=mxgraph.aws4.resourceIcon;resIcon=mxgraph.aws4.ec2;" vertex="1" parent="8">
+                 <mxCell id="50" value="" style="sketch=0;points=[[0,0,0],[0.25,0,0],[0.5,0,0],[0.75,0,0],[1,0,0],[0,1,0],[0.25,1,0],[0.5,1,0],[0.75,1,0],[1,1,0],[0,0.25,0],[0,0.5,0],[0,0.75,0],[1,0.25,0],[1,0.5,0],[1,0.75,0]];outlineConnect=0;fontColor=#232F3E;fillColor=#ED7100;strokeColor=#ffffff;dashed=0;verticalLabelPosition=bottom;verticalAlign=top;align=center;html=1;fontSize=12;fontStyle=0;aspect=fixed;shape=mxgraph.aws4.resourceIcon;resIcon=mxgraph.aws4.ec2;" parent="8" vertex="1">
                    <mxGeometry x="370" y="310" width="30" height="30" as="geometry"/>
                </mxCell>
-                 <mxCell id="49" value="" style="sketch=0;points=[[0,0,0],[0.25,0,0],[0.5,0,0],[0.75,0,0],[1,0,0],[0,1,0],[0.25,1,0],[0.5,1,0],[0.75,1,0],[1,1,0],[0,0.25,0],[0,0.5,0],[0,0.75,0],[1,0.25,0],[1,0.5,0],[1,0.75,0]];outlineConnect=0;fontColor=#232F3E;fillColor=#ED7100;strokeColor=#ffffff;dashed=0;verticalLabelPosition=bottom;verticalAlign=top;align=center;html=1;fontSize=12;fontStyle=0;aspect=fixed;shape=mxgraph.aws4.resourceIcon;resIcon=mxgraph.aws4.ec2;" vertex="1" parent="8">
+                 <mxCell id="49" value="" style="sketch=0;points=[[0,0,0],[0.25,0,0],[0.5,0,0],[0.75,0,0],[1,0,0],[0,1,0],[0.25,1,0],[0.5,1,0],[0.75,1,0],[1,1,0],[0,0.25,0],[0,0.5,0],[0,0.75,0],[1,0.25,0],[1,0.5,0],[1,0.75,0]];outlineConnect=0;fontColor=#232F3E;fillColor=#ED7100;strokeColor=#ffffff;dashed=0;verticalLabelPosition=bottom;verticalAlign=top;align=center;html=1;fontSize=12;fontStyle=0;aspect=fixed;shape=mxgraph.aws4.resourceIcon;resIcon=mxgraph.aws4.ec2;" parent="8" vertex="1">
                    <mxGeometry x="255" y="200" width="30" height="30" as="geometry"/>
                </mxCell>
-                 <mxCell id="48" value="" style="sketch=0;points=[[0,0,0],[0.25,0,0],[0.5,0,0],[0.75,0,0],[1,0,0],[0,1,0],[0.25,1,0],[0.5,1,0],[0.75,1,0],[1,1,0],[0,0.25,0],[0,0.5,0],[0,0.75,0],[1,0.25,0],[1,0.5,0],[1,0.75,0]];outlineConnect=0;fontColor=#232F3E;fillColor=#ED7100;strokeColor=#ffffff;dashed=0;verticalLabelPosition=bottom;verticalAlign=top;align=center;html=1;fontSize=12;fontStyle=0;aspect=fixed;shape=mxgraph.aws4.resourceIcon;resIcon=mxgraph.aws4.ec2;" vertex="1" parent="8">
+                 <mxCell id="48" value="" style="sketch=0;points=[[0,0,0],[0.25,0,0],[0.5,0,0],[0.75,0,0],[1,0,0],[0,1,0],[0.25,1,0],[0.5,1,0],[0.75,1,0],[1,1,0],[0,0.25,0],[0,0.5,0],[0,0.75,0],[1,0.25,0],[1,0.5,0],[1,0.75,0]];outlineConnect=0;fontColor=#232F3E;fillColor=#ED7100;strokeColor=#ffffff;dashed=0;verticalLabelPosition=bottom;verticalAlign=top;align=center;html=1;fontSize=12;fontStyle=0;aspect=fixed;shape=mxgraph.aws4.resourceIcon;resIcon=mxgraph.aws4.ec2;" parent="8" vertex="1">
                    <mxGeometry x="310" y="200" width="30" height="30" as="geometry"/>
                </mxCell>
-                 <mxCell id="47" value="" style="sketch=0;points=[[0,0,0],[0.25,0,0],[0.5,0,0],[0.75,0,0],[1,0,0],[0,1,0],[0.25,1,0],[0.5,1,0],[0.75,1,0],[1,1,0],[0,0.25,0],[0,0.5,0],[0,0.75,0],[1,0.25,0],[1,0.5,0],[1,0.75,0]];outlineConnect=0;fontColor=#232F3E;fillColor=#ED7100;strokeColor=#ffffff;dashed=0;verticalLabelPosition=bottom;verticalAlign=top;align=center;html=1;fontSize=12;fontStyle=0;aspect=fixed;shape=mxgraph.aws4.resourceIcon;resIcon=mxgraph.aws4.ec2;" vertex="1" parent="8">
+                 <mxCell id="47" value="" style="sketch=0;points=[[0,0,0],[0.25,0,0],[0.5,0,0],[0.75,0,0],[1,0,0],[0,1,0],[0.25,1,0],[0.5,1,0],[0.75,1,0],[1,1,0],[0,0.25,0],[0,0.5,0],[0,0.75,0],[1,0.25,0],[1,0.5,0],[1,0.75,0]];outlineConnect=0;fontColor=#232F3E;fillColor=#ED7100;strokeColor=#ffffff;dashed=0;verticalLabelPosition=bottom;verticalAlign=top;align=center;html=1;fontSize=12;fontStyle=0;aspect=fixed;shape=mxgraph.aws4.resourceIcon;resIcon=mxgraph.aws4.ec2;" parent="8" vertex="1">
                    <mxGeometry x="370" y="200" width="30" height="30" as="geometry"/>
                </mxCell>
-                 <mxCell id="46" value="" style="sketch=0;points=[[0,0,0],[0.25,0,0],[0.5,0,0],[0.75,0,0],[1,0,0],[0,1,0],[0.25,1,0],[0.5,1,0],[0.75,1,0],[1,1,0],[0,0.25,0],[0,0.5,0],[0,0.75,0],[1,0.25,0],[1,0.5,0],[1,0.75,0]];outlineConnect=0;fontColor=#232F3E;fillColor=#ED7100;strokeColor=#ffffff;dashed=0;verticalLabelPosition=bottom;verticalAlign=top;align=center;html=1;fontSize=12;fontStyle=0;aspect=fixed;shape=mxgraph.aws4.resourceIcon;resIcon=mxgraph.aws4.ec2;" vertex="1" parent="8">
+                 <mxCell id="46" value="" style="sketch=0;points=[[0,0,0],[0.25,0,0],[0.5,0,0],[0.75,0,0],[1,0,0],[0,1,0],[0.25,1,0],[0.5,1,0],[0.75,1,0],[1,1,0],[0,0.25,0],[0,0.5,0],[0,0.75,0],[1,0.25,0],[1,0.5,0],[1,0.75,0]];outlineConnect=0;fontColor=#232F3E;fillColor=#ED7100;strokeColor=#ffffff;dashed=0;verticalLabelPosition=bottom;verticalAlign=top;align=center;html=1;fontSize=12;fontStyle=0;aspect=fixed;shape=mxgraph.aws4.resourceIcon;resIcon=mxgraph.aws4.ec2;" parent="8" vertex="1">
                    <mxGeometry x="370" y="70" width="30" height="30" as="geometry"/>
                </mxCell>
-                 <mxCell id="114" value="10.0.1.0/24" style="text;html=1;align=center;verticalAlign=middle;resizable=0;points=[];autosize=1;strokeColor=none;fillColor=none;" vertex="1" parent="8">
+                 <mxCell id="114" value="10.0.1.0/24" style="text;html=1;align=center;verticalAlign=middle;resizable=0;points=[];autosize=1;strokeColor=none;fillColor=none;" parent="8" vertex="1">
                    <mxGeometry x="89" y="40" width="80" height="30" as="geometry"/>
                </mxCell>
-                 <mxCell id="116" value="10.0.3.0/24" style="text;html=1;align=center;verticalAlign=middle;resizable=0;points=[];autosize=1;strokeColor=none;fillColor=none;" vertex="1" parent="8">
+                 <mxCell id="116" value="10.0.3.0/24" style="text;html=1;align=center;verticalAlign=middle;resizable=0;points=[];autosize=1;strokeColor=none;fillColor=none;" parent="8" vertex="1">
                    <mxGeometry x="80" y="170" width="80" height="30" as="geometry"/>
                </mxCell>
-                 <mxCell id="118" value="10.0.12.0/24" style="text;html=1;align=center;verticalAlign=middle;resizable=0;points=[];autosize=1;strokeColor=none;fillColor=none;" vertex="1" parent="8">
+                 <mxCell id="118" value="10.0.12.0/24" style="text;html=1;align=center;verticalAlign=middle;resizable=0;points=[];autosize=1;strokeColor=none;fillColor=none;" parent="8" vertex="1">
                    <mxGeometry x="79" y="282" width="90" height="30" as="geometry"/>
                </mxCell>
-                 <mxCell id="76" value="" style="sketch=0;points=[[0,0,0],[0.25,0,0],[0.5,0,0],[0.75,0,0],[1,0,0],[0,1,0],[0.25,1,0],[0.5,1,0],[0.75,1,0],[1,1,0],[0,0.25,0],[0,0.5,0],[0,0.75,0],[1,0.25,0],[1,0.5,0],[1,0.75,0]];outlineConnect=0;fontColor=#232F3E;fillColor=#ED7100;strokeColor=#ffffff;dashed=0;verticalLabelPosition=bottom;verticalAlign=top;align=center;html=1;fontSize=12;fontStyle=0;aspect=fixed;shape=mxgraph.aws4.resourceIcon;resIcon=mxgraph.aws4.ecr;" vertex="1" parent="6">
+                 <mxCell id="76" value="" style="sketch=0;points=[[0,0,0],[0.25,0,0],[0.5,0,0],[0.75,0,0],[1,0,0],[0,1,0],[0.25,1,0],[0.5,1,0],[0.75,1,0],[1,1,0],[0,0.25,0],[0,0.5,0],[0,0.75,0],[1,0.25,0],[1,0.5,0],[1,0.75,0]];outlineConnect=0;fontColor=#232F3E;fillColor=#ED7100;strokeColor=#ffffff;dashed=0;verticalLabelPosition=bottom;verticalAlign=top;align=center;html=1;fontSize=12;fontStyle=0;aspect=fixed;shape=mxgraph.aws4.resourceIcon;resIcon=mxgraph.aws4.ecr;" parent="6" vertex="1">
                    <mxGeometry x="30" y="80" width="48" height="48" as="geometry"/>
                </mxCell>
-                 <mxCell id="79" value="" style="endArrow=classic;html=1;" edge="1" parent="6">
+                 <mxCell id="79" value="" style="endArrow=classic;html=1;" parent="6" edge="1">
                    <mxGeometry relative="1" as="geometry">
                        <mxPoint x="-60" y="90" as="sourcePoint"/>
                        <mxPoint x="30" y="90" as="targetPoint"/>
                    </mxGeometry>
                </mxCell>
-                 <mxCell id="80" value="CI/CD" style="edgeLabel;resizable=0;html=1;;align=center;verticalAlign=middle;" connectable="0" vertex="1" parent="79">
+                 <mxCell id="80" value="CI/CD" style="edgeLabel;resizable=0;html=1;;align=center;verticalAlign=middle;" parent="79" connectable="0" vertex="1">
                    <mxGeometry relative="1" as="geometry"/>
                </mxCell>
-                 <mxCell id="36" value="" style="rounded=1;arcSize=10;dashed=1;strokeColor=#F59D56;fillColor=none;gradientColor=none;dashPattern=8 4;strokeWidth=2;" vertex="1" parent="1">
+                 <mxCell id="36" value="" style="rounded=1;arcSize=10;dashed=1;strokeColor=#F59D56;fillColor=none;gradientColor=none;dashPattern=8 4;strokeWidth=2;" parent="1" vertex="1">
                    <mxGeometry x="460" y="140" width="50" height="360" as="geometry"/>
                </mxCell>
-                 <mxCell id="41" value="" style="sketch=0;points=[[0,0,0],[0.25,0,0],[0.5,0,0],[0.75,0,0],[1,0,0],[0,1,0],[0.25,1,0],[0.5,1,0],[0.75,1,0],[1,1,0],[0,0.25,0],[0,0.5,0],[0,0.75,0],[1,0.25,0],[1,0.5,0],[1,0.75,0]];outlineConnect=0;fontColor=#232F3E;fillColor=#ED7100;strokeColor=#ffffff;dashed=0;verticalLabelPosition=bottom;verticalAlign=top;align=center;html=1;fontSize=12;fontStyle=0;aspect=fixed;shape=mxgraph.aws4.resourceIcon;resIcon=mxgraph.aws4.eks_cloud;" vertex="1" parent="1">
+                 <mxCell id="41" value="" style="sketch=0;points=[[0,0,0],[0.25,0,0],[0.5,0,0],[0.75,0,0],[1,0,0],[0,1,0],[0.25,1,0],[0.5,1,0],[0.75,1,0],[1,1,0],[0,0.25,0],[0,0.5,0],[0,0.75,0],[1,0.25,0],[1,0.5,0],[1,0.75,0]];outlineConnect=0;fontColor=#232F3E;fillColor=#ED7100;strokeColor=#ffffff;dashed=0;verticalLabelPosition=bottom;verticalAlign=top;align=center;html=1;fontSize=12;fontStyle=0;aspect=fixed;shape=mxgraph.aws4.resourceIcon;resIcon=mxgraph.aws4.eks_cloud;" parent="1" vertex="1">
                    <mxGeometry x="470" y="190" width="30" height="30" as="geometry"/>
                </mxCell>
-                 <mxCell id="42" value="" style="sketch=0;points=[[0,0,0],[0.25,0,0],[0.5,0,0],[0.75,0,0],[1,0,0],[0,1,0],[0.25,1,0],[0.5,1,0],[0.75,1,0],[1,1,0],[0,0.25,0],[0,0.5,0],[0,0.75,0],[1,0.25,0],[1,0.5,0],[1,0.75,0]];outlineConnect=0;fontColor=#232F3E;fillColor=#ED7100;strokeColor=#ffffff;dashed=0;verticalLabelPosition=bottom;verticalAlign=top;align=center;html=1;fontSize=12;fontStyle=0;aspect=fixed;shape=mxgraph.aws4.resourceIcon;resIcon=mxgraph.aws4.eks_cloud;" vertex="1" parent="1">
+                 <mxCell id="42" value="" style="sketch=0;points=[[0,0,0],[0.25,0,0],[0.5,0,0],[0.75,0,0],[1,0,0],[0,1,0],[0.25,1,0],[0.5,1,0],[0.75,1,0],[1,1,0],[0,0.25,0],[0,0.5,0],[0,0.75,0],[1,0.25,0],[1,0.5,0],[1,0.75,0]];outlineConnect=0;fontColor=#232F3E;fillColor=#ED7100;strokeColor=#ffffff;dashed=0;verticalLabelPosition=bottom;verticalAlign=top;align=center;html=1;fontSize=12;fontStyle=0;aspect=fixed;shape=mxgraph.aws4.resourceIcon;resIcon=mxgraph.aws4.eks_cloud;" parent="1" vertex="1">
                    <mxGeometry x="470" y="320" width="30" height="30" as="geometry"/>
                </mxCell>
-                 <mxCell id="43" value="" style="sketch=0;points=[[0,0,0],[0.25,0,0],[0.5,0,0],[0.75,0,0],[1,0,0],[0,1,0],[0.25,1,0],[0.5,1,0],[0.75,1,0],[1,1,0],[0,0.25,0],[0,0.5,0],[0,0.75,0],[1,0.25,0],[1,0.5,0],[1,0.75,0]];outlineConnect=0;fontColor=#232F3E;fillColor=#ED7100;strokeColor=#ffffff;dashed=0;verticalLabelPosition=bottom;verticalAlign=top;align=center;html=1;fontSize=12;fontStyle=0;aspect=fixed;shape=mxgraph.aws4.resourceIcon;resIcon=mxgraph.aws4.eks_cloud;" vertex="1" parent="1">
+                 <mxCell id="43" value="" style="sketch=0;points=[[0,0,0],[0.25,0,0],[0.5,0,0],[0.75,0,0],[1,0,0],[0,1,0],[0.25,1,0],[0.5,1,0],[0.75,1,0],[1,1,0],[0,0.25,0],[0,0.5,0],[0,0.75,0],[1,0.25,0],[1,0.5,0],[1,0.75,0]];outlineConnect=0;fontColor=#232F3E;fillColor=#ED7100;strokeColor=#ffffff;dashed=0;verticalLabelPosition=bottom;verticalAlign=top;align=center;html=1;fontSize=12;fontStyle=0;aspect=fixed;shape=mxgraph.aws4.resourceIcon;resIcon=mxgraph.aws4.eks_cloud;" parent="1" vertex="1">
                    <mxGeometry x="470" y="430" width="30" height="30" as="geometry"/>
                </mxCell>
-                 <mxCell id="53" value="Control Plane" style="text;html=1;align=center;verticalAlign=middle;resizable=0;points=[];autosize=1;strokeColor=none;fillColor=none;" vertex="1" parent="1">
+                 <mxCell id="53" value="Control Plane" style="text;html=1;align=center;verticalAlign=middle;resizable=0;points=[];autosize=1;strokeColor=none;fillColor=none;" parent="1" vertex="1">
                    <mxGeometry x="435" y="620" width="100" height="30" as="geometry"/>
                </mxCell>
-                 <mxCell id="54" value="Managed Worker Nodes" style="text;html=1;align=center;verticalAlign=middle;resizable=0;points=[];autosize=1;strokeColor=none;fillColor=none;" vertex="1" parent="1">
+                 <mxCell id="54" value="Managed Worker Nodes" style="text;html=1;align=center;verticalAlign=middle;resizable=0;points=[];autosize=1;strokeColor=none;fillColor=none;" parent="1" vertex="1">
                    <mxGeometry x="545" y="620" width="150" height="30" as="geometry"/>
                </mxCell>
-                 <mxCell id="57" value="" style="edgeStyle=segmentEdgeStyle;endArrow=classic;html=1;curved=0;rounded=0;endSize=8;startSize=8;entryX=0.5;entryY=1;entryDx=0;entryDy=0;" edge="1" parent="1" target="36">
+                 <mxCell id="57" value="" style="edgeStyle=segmentEdgeStyle;endArrow=classic;html=1;curved=0;rounded=0;endSize=8;startSize=8;entryX=0.5;entryY=1;entryDx=0;entryDy=0;" parent="1" target="36" edge="1">
                    <mxGeometry width="50" height="50" relative="1" as="geometry">
                        <mxPoint x="485" y="620" as="sourcePoint"/>
                        <mxPoint x="540" y="570" as="targetPoint"/>
                    </mxGeometry>
                </mxCell>
-                 <mxCell id="73" value="" style="outlineConnect=0;dashed=0;verticalLabelPosition=bottom;verticalAlign=top;align=center;html=1;shape=mxgraph.aws3.users;fillColor=#D2D3D3;gradientColor=none;" vertex="1" parent="1">
+                 <mxCell id="73" value="" style="outlineConnect=0;dashed=0;verticalLabelPosition=bottom;verticalAlign=top;align=center;html=1;shape=mxgraph.aws3.users;fillColor=#D2D3D3;gradientColor=none;" parent="1" vertex="1">
                    <mxGeometry x="10" y="235" width="66" height="63" as="geometry"/>
                </mxCell>
-                 <mxCell id="75" value="" style="edgeStyle=segmentEdgeStyle;endArrow=classic;html=1;curved=0;rounded=0;endSize=8;startSize=8;exitX=1;exitY=0.5;exitDx=0;exitDy=0;exitPerimeter=0;" edge="1" parent="1" source="73" target="19">
+                 <mxCell id="75" value="" style="edgeStyle=segmentEdgeStyle;endArrow=classic;html=1;curved=0;rounded=0;endSize=8;startSize=8;exitX=1;exitY=0.5;exitDx=0;exitDy=0;exitPerimeter=0;" parent="1" source="73" target="19" edge="1">
                    <mxGeometry width="50" height="50" relative="1" as="geometry">
                        <mxPoint x="170" y="320" as="sourcePoint"/>
                        <mxPoint x="170" y="200" as="targetPoint"/>
                    </mxGeometry>
                </mxCell>
-                 <mxCell id="77" value="" style="dashed=0;outlineConnect=0;html=1;align=center;labelPosition=center;verticalLabelPosition=bottom;verticalAlign=top;shape=mxgraph.weblogos.github" vertex="1" parent="1">
+                 <mxCell id="77" value="" style="dashed=0;outlineConnect=0;html=1;align=center;labelPosition=center;verticalLabelPosition=bottom;verticalAlign=top;shape=mxgraph.weblogos.github" parent="1" vertex="1">
                    <mxGeometry x="40" y="134" width="70" height="76" as="geometry"/>
                </mxCell>
-                 <mxCell id="81" value="" style="endArrow=classic;html=1;exitX=1;exitY=0.5;exitDx=0;exitDy=0;exitPerimeter=0;entryX=0;entryY=0.25;entryDx=0;entryDy=0;entryPerimeter=0;" edge="1" parent="1" source="76" target="41">
+                 <mxCell id="81" value="" style="endArrow=classic;html=1;exitX=1;exitY=0.5;exitDx=0;exitDy=0;exitPerimeter=0;entryX=0;entryY=0.25;entryDx=0;entryDy=0;entryPerimeter=0;" parent="1" source="76" target="41" edge="1">
                    <mxGeometry width="50" height="50" relative="1" as="geometry">
                        <mxPoint x="290" y="290" as="sourcePoint"/>
                        <mxPoint x="340" y="240" as="targetPoint"/>
                    </mxGeometry>
                </mxCell>
-                 <mxCell id="82" value="" style="endArrow=classic;html=1;exitX=1;exitY=0.5;exitDx=0;exitDy=0;exitPerimeter=0;entryX=0;entryY=0.5;entryDx=0;entryDy=0;entryPerimeter=0;" edge="1" parent="1" source="76" target="42">
+                 <mxCell id="82" value="" style="endArrow=classic;html=1;exitX=1;exitY=0.5;exitDx=0;exitDy=0;exitPerimeter=0;entryX=0;entryY=0.5;entryDx=0;entryDy=0;entryPerimeter=0;" parent="1" source="76" target="42" edge="1">
                    <mxGeometry width="50" height="50" relative="1" as="geometry">
                        <mxPoint x="290" y="350" as="sourcePoint"/>
                        <mxPoint x="340" y="300" as="targetPoint"/>
                    </mxGeometry>
                </mxCell>
-                 <mxCell id="83" value="" style="endArrow=classic;html=1;entryX=0;entryY=0.5;entryDx=0;entryDy=0;entryPerimeter=0;exitX=1;exitY=0.5;exitDx=0;exitDy=0;exitPerimeter=0;" edge="1" parent="1" source="76" target="43">
+                 <mxCell id="83" value="" style="endArrow=classic;html=1;entryX=0;entryY=0.5;entryDx=0;entryDy=0;entryPerimeter=0;exitX=1;exitY=0.5;exitDx=0;exitDy=0;exitPerimeter=0;" parent="1" source="76" target="43" edge="1">
                    <mxGeometry width="50" height="50" relative="1" as="geometry">
                        <mxPoint x="250" y="190" as="sourcePoint"/>
                        <mxPoint x="340" y="340" as="targetPoint"/>
                    </mxGeometry>
                </mxCell>
-                 <mxCell id="84" value="" style="endArrow=classic;html=1;exitX=0.191;exitY=0.102;exitDx=0;exitDy=0;exitPerimeter=0;entryX=0.5;entryY=1;entryDx=0;entryDy=0;" edge="1" parent="1" source="54" target="38">
+                 <mxCell id="84" value="" style="endArrow=classic;html=1;exitX=0.191;exitY=0.102;exitDx=0;exitDy=0;exitPerimeter=0;entryX=0.5;entryY=1;entryDx=0;entryDy=0;" parent="1" source="54" target="38" edge="1">
                    <mxGeometry relative="1" as="geometry">
                        <mxPoint x="470" y="610" as="sourcePoint"/>
                        <mxPoint x="570" y="610" as="targetPoint"/>
                    </mxGeometry>
                </mxCell>
-                 <mxCell id="85" value="React App (NGINX)" style="edgeLabel;resizable=0;html=1;;align=center;verticalAlign=middle;" connectable="0" vertex="1" parent="84">
+                 <mxCell id="85" value="React App (NGINX)" style="edgeLabel;resizable=0;html=1;;align=center;verticalAlign=middle;" parent="84" connectable="0" vertex="1">
                    <mxGeometry relative="1" as="geometry"/>
                </mxCell>
-                 <mxCell id="86" value="" style="endArrow=classic;html=1;exitX=0.552;exitY=0.038;exitDx=0;exitDy=0;exitPerimeter=0;entryX=0.5;entryY=1;entryDx=0;entryDy=0;" edge="1" parent="1" source="54" target="39">
+                 <mxCell id="86" value="" style="endArrow=classic;html=1;exitX=0.552;exitY=0.038;exitDx=0;exitDy=0;exitPerimeter=0;entryX=0.5;entryY=1;entryDx=0;entryDy=0;" parent="1" source="54" target="39" edge="1">
                    <mxGeometry relative="1" as="geometry">
                        <mxPoint x="480" y="620" as="sourcePoint"/>
                        <mxPoint x="580" y="620" as="targetPoint"/>
                    </mxGeometry>
                </mxCell>
-                 <mxCell id="87" value="NodeJs API" style="edgeLabel;resizable=0;html=1;;align=center;verticalAlign=middle;" connectable="0" vertex="1" parent="86">
+                 <mxCell id="87" value="NodeJs API" style="edgeLabel;resizable=0;html=1;;align=center;verticalAlign=middle;" parent="86" connectable="0" vertex="1">
                    <mxGeometry relative="1" as="geometry">
                        <mxPoint x="9" y="19" as="offset"/>
                    </mxGeometry>
                </mxCell>
-                 <mxCell id="88" value="" style="endArrow=classic;html=1;exitX=0.858;exitY=0.016;exitDx=0;exitDy=0;exitPerimeter=0;entryX=0.5;entryY=1;entryDx=0;entryDy=0;" edge="1" parent="1" source="54" target="40">
+                 <mxCell id="88" value="" style="endArrow=classic;html=1;exitX=0.858;exitY=0.016;exitDx=0;exitDy=0;exitPerimeter=0;entryX=0.5;entryY=1;entryDx=0;entryDy=0;" parent="1" source="54" target="40" edge="1">
                    <mxGeometry relative="1" as="geometry">
                        <mxPoint x="480" y="620" as="sourcePoint"/>
                        <mxPoint x="580" y="620" as="targetPoint"/>
                    </mxGeometry>
                </mxCell>
-                 <mxCell id="89" value="Go API" style="edgeLabel;resizable=0;html=1;;align=center;verticalAlign=middle;" connectable="0" vertex="1" parent="88">
+                 <mxCell id="89" value="Go API" style="edgeLabel;resizable=0;html=1;;align=center;verticalAlign=middle;" parent="88" connectable="0" vertex="1">
                    <mxGeometry relative="1" as="geometry"/>
                </mxCell>
-                 <mxCell id="94" value="" style="sketch=0;pointerEvents=1;shadow=0;dashed=0;html=1;strokeColor=none;fillColor=#DF8C42;labelPosition=center;verticalLabelPosition=bottom;verticalAlign=top;align=center;outlineConnect=0;shape=mxgraph.veeam2.aws_s3;" vertex="1" parent="1">
+                 <mxCell id="94" value="" style="sketch=0;pointerEvents=1;shadow=0;dashed=0;html=1;strokeColor=none;fillColor=#DF8C42;labelPosition=center;verticalLabelPosition=bottom;verticalAlign=top;align=center;outlineConnect=0;shape=mxgraph.veeam2.aws_s3;" parent="1" vertex="1">
                    <mxGeometry x="500" y="720" width="80" height="80" as="geometry"/>
                </mxCell>
-                 <mxCell id="95" value="AWS S3 to host Terraform state file" style="text;html=1;align=center;verticalAlign=middle;resizable=0;points=[];autosize=1;strokeColor=none;fillColor=none;" vertex="1" parent="1">
+                 <mxCell id="95" value="AWS S3 to host Terraform state file" style="text;html=1;align=center;verticalAlign=middle;resizable=0;points=[];autosize=1;strokeColor=none;fillColor=none;" parent="1" vertex="1">
                    <mxGeometry x="580" y="708" width="210" height="30" as="geometry"/>
                </mxCell>
-                 <mxCell id="96" value="" style="sketch=0;points=[[0,0,0],[0.25,0,0],[0.5,0,0],[0.75,0,0],[1,0,0],[0,1,0],[0.25,1,0],[0.5,1,0],[0.75,1,0],[1,1,0],[0,0.25,0],[0,0.5,0],[0,0.75,0],[1,0.25,0],[1,0.5,0],[1,0.75,0]];outlineConnect=0;fontColor=#232F3E;fillColor=#ED7100;strokeColor=#ffffff;dashed=0;verticalLabelPosition=bottom;verticalAlign=top;align=center;html=1;fontSize=12;fontStyle=0;aspect=fixed;shape=mxgraph.aws4.resourceIcon;resIcon=mxgraph.aws4.eks_cloud;" vertex="1" parent="1">
+                 <mxCell id="96" value="" style="sketch=0;points=[[0,0,0],[0.25,0,0],[0.5,0,0],[0.75,0,0],[1,0,0],[0,1,0],[0.25,1,0],[0.5,1,0],[0.75,1,0],[1,1,0],[0,0.25,0],[0,0.5,0],[0,0.75,0],[1,0.25,0],[1,0.5,0],[1,0.75,0]];outlineConnect=0;fontColor=#232F3E;fillColor=#ED7100;strokeColor=#ffffff;dashed=0;verticalLabelPosition=bottom;verticalAlign=top;align=center;html=1;fontSize=12;fontStyle=0;aspect=fixed;shape=mxgraph.aws4.resourceIcon;resIcon=mxgraph.aws4.eks_cloud;" parent="1" vertex="1">
                    <mxGeometry x="130" y="680" width="78" height="78" as="geometry"/>
                </mxCell>
-                 <mxCell id="97" value="Control Plane holds:" style="text;html=1;align=center;verticalAlign=middle;resizable=0;points=[];autosize=1;strokeColor=none;fillColor=none;" vertex="1" parent="1">
+                 <mxCell id="97" value="Control Plane holds:" style="text;html=1;align=center;verticalAlign=middle;resizable=0;points=[];autosize=1;strokeColor=none;fillColor=none;" parent="1" vertex="1">
                    <mxGeometry x="210" y="678" width="130" height="30" as="geometry"/>
                </mxCell>
-                 <mxCell id="98" value="" style="sketch=0;points=[[0,0,0],[0.25,0,0],[0.5,0,0],[0.75,0,0],[1,0,0],[0,1,0],[0.25,1,0],[0.5,1,0],[0.75,1,0],[1,1,0],[0,0.25,0],[0,0.5,0],[0,0.75,0],[1,0.25,0],[1,0.5,0],[1,0.75,0]];outlineConnect=0;fontColor=#232F3E;fillColor=#ED7100;strokeColor=#ffffff;dashed=0;verticalLabelPosition=bottom;verticalAlign=top;align=center;html=1;fontSize=12;fontStyle=0;aspect=fixed;shape=mxgraph.aws4.resourceIcon;resIcon=mxgraph.aws4.ecr;" vertex="1" parent="1">
+                 <mxCell id="98" value="" style="sketch=0;points=[[0,0,0],[0.25,0,0],[0.5,0,0],[0.75,0,0],[1,0,0],[0,1,0],[0.25,1,0],[0.5,1,0],[0.75,1,0],[1,1,0],[0,0.25,0],[0,0.5,0],[0,0.75,0],[1,0.25,0],[1,0.5,0],[1,0.75,0]];outlineConnect=0;fontColor=#232F3E;fillColor=#ED7100;strokeColor=#ffffff;dashed=0;verticalLabelPosition=bottom;verticalAlign=top;align=center;html=1;fontSize=12;fontStyle=0;aspect=fixed;shape=mxgraph.aws4.resourceIcon;resIcon=mxgraph.aws4.ecr;" parent="1" vertex="1">
                    <mxGeometry x="142" y="860" width="78" height="78" as="geometry"/>
                </mxCell>
-                 <mxCell id="99" value="AWS ECR holds:" style="text;html=1;align=center;verticalAlign=middle;resizable=0;points=[];autosize=1;strokeColor=none;fillColor=none;" vertex="1" parent="1">
+                 <mxCell id="99" value="AWS ECR holds:" style="text;html=1;align=center;verticalAlign=middle;resizable=0;points=[];autosize=1;strokeColor=none;fillColor=none;" parent="1" vertex="1">
                    <mxGeometry x="230" y="860" width="110" height="30" as="geometry"/>
                </mxCell>
-                 <mxCell id="100" value="- Docker Images to build pods" style="text;html=1;align=center;verticalAlign=middle;resizable=0;points=[];autosize=1;strokeColor=none;fillColor=none;" vertex="1" parent="1">
+                 <mxCell id="100" value="- Docker Images to build pods" style="text;html=1;align=center;verticalAlign=middle;resizable=0;points=[];autosize=1;strokeColor=none;fillColor=none;" parent="1" vertex="1">
                    <mxGeometry x="234" y="884" width="180" height="30" as="geometry"/>
                </mxCell>
-                 <mxCell id="101" value="- ConfigMap" style="text;html=1;align=center;verticalAlign=middle;resizable=0;points=[];autosize=1;strokeColor=none;fillColor=none;" vertex="1" parent="1">
+                 <mxCell id="101" value="- ConfigMap" style="text;html=1;align=center;verticalAlign=middle;resizable=0;points=[];autosize=1;strokeColor=none;fillColor=none;" parent="1" vertex="1">
                    <mxGeometry x="220" y="748" width="90" height="30" as="geometry"/>
                </mxCell>
-                 <mxCell id="102" value="- Secrets" style="text;html=1;align=center;verticalAlign=middle;resizable=0;points=[];autosize=1;strokeColor=none;fillColor=none;" vertex="1" parent="1">
+                 <mxCell id="102" value="- Secrets" style="text;html=1;align=center;verticalAlign=middle;resizable=0;points=[];autosize=1;strokeColor=none;fillColor=none;" parent="1" vertex="1">
                    <mxGeometry x="220" y="770" width="70" height="30" as="geometry"/>
                </mxCell>
-                 <mxCell id="103" value="- NetworkPolicies" style="text;html=1;align=center;verticalAlign=middle;resizable=0;points=[];autosize=1;strokeColor=none;fillColor=none;" vertex="1" parent="1">
+                 <mxCell id="103" value="- NetworkPolicies" style="text;html=1;align=center;verticalAlign=middle;resizable=0;points=[];autosize=1;strokeColor=none;fillColor=none;" parent="1" vertex="1">
                    <mxGeometry x="220" y="798" width="120" height="30" as="geometry"/>
                </mxCell>
-                 <mxCell id="104" value="- Services" style="text;html=1;align=center;verticalAlign=middle;resizable=0;points=[];autosize=1;strokeColor=none;fillColor=none;" vertex="1" parent="1">
+                 <mxCell id="104" value="- Services" style="text;html=1;align=center;verticalAlign=middle;resizable=0;points=[];autosize=1;strokeColor=none;fillColor=none;" parent="1" vertex="1">
                    <mxGeometry x="220" y="818" width="80" height="30" as="geometry"/>
                </mxCell>
-                 <mxCell id="106" value="" style="sketch=0;outlineConnect=0;fontColor=#232F3E;gradientColor=none;fillColor=#DD344C;strokeColor=none;dashed=0;verticalLabelPosition=bottom;verticalAlign=top;align=center;html=1;fontSize=12;fontStyle=0;aspect=fixed;pointerEvents=1;shape=mxgraph.aws4.role;" vertex="1" parent="1">
+                 <mxCell id="106" value="" style="sketch=0;outlineConnect=0;fontColor=#232F3E;gradientColor=none;fillColor=#DD344C;strokeColor=none;dashed=0;verticalLabelPosition=bottom;verticalAlign=top;align=center;html=1;fontSize=12;fontStyle=0;aspect=fixed;pointerEvents=1;shape=mxgraph.aws4.role;" parent="1" vertex="1">
                    <mxGeometry x="535" y="840" width="78" height="44" as="geometry"/>
                </mxCell>
-                 <mxCell id="107" value="Node Role to pull from ECR Image" style="text;html=1;align=center;verticalAlign=middle;resizable=0;points=[];autosize=1;strokeColor=none;fillColor=none;" vertex="1" parent="1">
+                 <mxCell id="107" value="Node Role to pull from ECR Image" style="text;html=1;align=center;verticalAlign=middle;resizable=0;points=[];autosize=1;strokeColor=none;fillColor=none;" parent="1" vertex="1">
                    <mxGeometry x="480" y="890" width="210" height="30" as="geometry"/>
                </mxCell>
-                 <mxCell id="108" value="" style="image;aspect=fixed;perimeter=ellipsePerimeter;html=1;align=center;shadow=0;dashed=0;spacingTop=3;image=img/lib/active_directory/security.svg;" vertex="1" parent="1">
+                 <mxCell id="108" value="" style="image;aspect=fixed;perimeter=ellipsePerimeter;html=1;align=center;shadow=0;dashed=0;spacingTop=3;image=img/lib/active_directory/security.svg;" parent="1" vertex="1">
                    <mxGeometry x="90" y="990" width="31.5" height="50" as="geometry"/>
                </mxCell>
-                 <mxCell id="109" value="Security:&lt;div&gt;- ALB Security Groups allow only&lt;/div&gt;&lt;div&gt;&amp;nbsp; &amp;nbsp;port 443 and 80 for IPs 0.0.0.0/0&lt;/div&gt;&lt;div&gt;- React App and NodeJS API security groups&amp;nbsp;&lt;/div&gt;&lt;div&gt;allow only the ALB on Port 80 and 443&lt;/div&gt;&lt;div&gt;- Go API allows only NodeJs API on Port 80 and 443&lt;/div&gt;&lt;div&gt;- Network Policies to have NodeJs and React Public&amp;nbsp;&lt;/div&gt;&lt;div&gt;and Go allow only NodeJs Pod&lt;/div&gt;" style="text;html=1;align=center;verticalAlign=middle;resizable=0;points=[];autosize=1;strokeColor=none;fillColor=none;" vertex="1" parent="1">
+                 <mxCell id="109" value="Security:&lt;div&gt;- ALB Security Groups allow only&lt;/div&gt;&lt;div&gt;&amp;nbsp; &amp;nbsp;port 443 and 80 for IPs 0.0.0.0/0&lt;/div&gt;&lt;div&gt;- React App and NodeJS API security groups&amp;nbsp;&lt;/div&gt;&lt;div&gt;allow only the ALB on Port 80 and 443&lt;/div&gt;&lt;div&gt;- Go API allows only NodeJs API on Port 80 and 443&lt;/div&gt;&lt;div&gt;- Network Policies to have NodeJs and React Public&amp;nbsp;&lt;/div&gt;&lt;div&gt;and Go allow only NodeJs Pod&lt;/div&gt;" style="text;html=1;align=center;verticalAlign=middle;resizable=0;points=[];autosize=1;strokeColor=none;fillColor=none;" parent="1" vertex="1">
                    <mxGeometry x="156.5" y="950" width="300" height="130" as="geometry"/>
                </mxCell>
-                 <mxCell id="115" value="10.0.2.0/24" style="text;html=1;align=center;verticalAlign=middle;resizable=0;points=[];autosize=1;strokeColor=none;fillColor=none;" vertex="1" parent="1">
+                 <mxCell id="115" value="10.0.2.0/24" style="text;html=1;align=center;verticalAlign=middle;resizable=0;points=[];autosize=1;strokeColor=none;fillColor=none;" parent="1" vertex="1">
                    <mxGeometry x="440" y="160" width="80" height="30" as="geometry"/>
                </mxCell>
-                 <mxCell id="117" value="10.0.11.0/24" style="text;html=1;align=center;verticalAlign=middle;resizable=0;points=[];autosize=1;strokeColor=none;fillColor=none;" vertex="1" parent="1">
+                 <mxCell id="117" value="10.0.11.0/24" style="text;html=1;align=center;verticalAlign=middle;resizable=0;points=[];autosize=1;strokeColor=none;fillColor=none;" parent="1" vertex="1">
                    <mxGeometry x="420" y="290" width="90" height="30" as="geometry"/>
                </mxCell>
-                 <mxCell id="119" value="10.0.13.0/24" style="text;html=1;align=center;verticalAlign=middle;resizable=0;points=[];autosize=1;strokeColor=none;fillColor=none;" vertex="1" parent="1">
+                 <mxCell id="119" value="10.0.13.0/24" style="text;html=1;align=center;verticalAlign=middle;resizable=0;points=[];autosize=1;strokeColor=none;fillColor=none;" parent="1" vertex="1">
                    <mxGeometry x="430" y="400" width="90" height="30" as="geometry"/>
                </mxCell>
-                 <mxCell id="120" value="" style="sketch=0;points=[[0,0,0],[0.25,0,0],[0.5,0,0],[0.75,0,0],[1,0,0],[0,1,0],[0.25,1,0],[0.5,1,0],[0.75,1,0],[1,1,0],[0,0.25,0],[0,0.5,0],[0,0.75,0],[1,0.25,0],[1,0.5,0],[1,0.75,0]];outlineConnect=0;fontColor=#232F3E;fillColor=#DD344C;strokeColor=#ffffff;dashed=0;verticalLabelPosition=bottom;verticalAlign=top;align=center;html=1;fontSize=12;fontStyle=0;aspect=fixed;shape=mxgraph.aws4.resourceIcon;resIcon=mxgraph.aws4.certificate_manager_3;" vertex="1" parent="1">
+                 <mxCell id="120" value="" style="sketch=0;points=[[0,0,0],[0.25,0,0],[0.5,0,0],[0.75,0,0],[1,0,0],[0,1,0],[0.25,1,0],[0.5,1,0],[0.75,1,0],[1,1,0],[0,0.25,0],[0,0.5,0],[0,0.75,0],[1,0.25,0],[1,0.5,0],[1,0.75,0]];outlineConnect=0;fontColor=#232F3E;fillColor=#DD344C;strokeColor=#ffffff;dashed=0;verticalLabelPosition=bottom;verticalAlign=top;align=center;html=1;fontSize=12;fontStyle=0;aspect=fixed;shape=mxgraph.aws4.resourceIcon;resIcon=mxgraph.aws4.certificate_manager_3;" parent="1" vertex="1">
                    <mxGeometry x="480" y="950" width="50" height="50" as="geometry"/>
                </mxCell>
-                 <mxCell id="121" value="AWS Certifcate Manager to sign and issue&amp;nbsp;&lt;div&gt;TLS Certifcates on the Load Balancer&lt;/div&gt;" style="text;html=1;align=center;verticalAlign=middle;resizable=0;points=[];autosize=1;strokeColor=none;fillColor=none;" vertex="1" parent="1">
+                 <mxCell id="121" value="AWS Certifcate Manager to sign and issue&amp;nbsp;&lt;div&gt;TLS Certifcates on the Load Balancer&lt;/div&gt;" style="text;html=1;align=center;verticalAlign=middle;resizable=0;points=[];autosize=1;strokeColor=none;fillColor=none;" parent="1" vertex="1">
                    <mxGeometry x="530" y="950" width="250" height="40" as="geometry"/>
                </mxCell>
-                 <mxCell id="122" value="- Load Balancer controller to match&amp;nbsp;&lt;div&gt;Gateway API Manifests to Application&lt;/div&gt;&lt;div&gt;Load Balancer&lt;/div&gt;" style="text;html=1;align=center;verticalAlign=middle;resizable=0;points=[];autosize=1;strokeColor=none;fillColor=none;" vertex="1" parent="1">
+                 <mxCell id="122" value="- Load Balancer controller to match&amp;nbsp;&lt;div&gt;Gateway API Manifests to Application&lt;/div&gt;&lt;div&gt;Load Balancer&lt;/div&gt;" style="text;html=1;align=center;verticalAlign=middle;resizable=0;points=[];autosize=1;strokeColor=none;fillColor=none;" parent="1" vertex="1">
                    <mxGeometry x="220" y="698" width="220" height="60" as="geometry"/>
+                 </mxCell>
+                 <mxCell id="123" value="" style="sketch=0;points=[[0,0,0],[0.25,0,0],[0.5,0,0],[0.75,0,0],[1,0,0],[0,1,0],[0.25,1,0],[0.5,1,0],[0.75,1,0],[1,1,0],[0,0.25,0],[0,0.5,0],[0,0.75,0],[1,0.25,0],[1,0.5,0],[1,0.75,0]];outlineConnect=0;fontColor=#232F3E;fillColor=#8C4FFF;strokeColor=#ffffff;dashed=0;verticalLabelPosition=bottom;verticalAlign=top;align=center;html=1;fontSize=12;fontStyle=0;aspect=fixed;shape=mxgraph.aws4.resourceIcon;resIcon=mxgraph.aws4.route_53;" vertex="1" parent="1">
+                     <mxGeometry x="480" y="1026" width="54" height="54" as="geometry"/>
+                 </mxCell>
+                 <mxCell id="124" value="AWS Route53 for DNS register and registrar" style="text;html=1;align=center;verticalAlign=middle;resizable=0;points=[];autosize=1;strokeColor=none;fillColor=none;" vertex="1" parent="1">
+                     <mxGeometry x="545" y="1026" width="260" height="30" as="geometry"/>
                </mxCell>
            </root>
        </mxGraphModel>
    </diagram>
</mxfile>